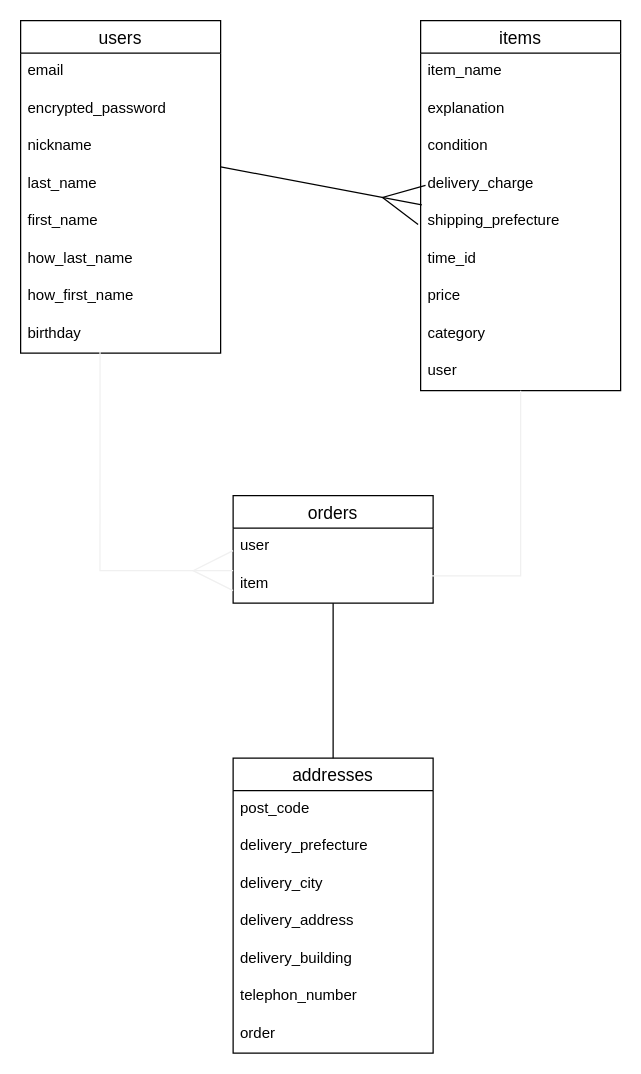
coronnoniwa/furima-38795 keeps this draw.io diagram as ER.dio. Above is the earlier version. Source tidied: cells renumbered, new cells numbered last; positions are measured from the earlier drawing's top-left corner, leaving out a move shared by most shapes. Both pictures are drawn from the tidied source at 125%, with x=0, y=0 at pixel (20, 20).
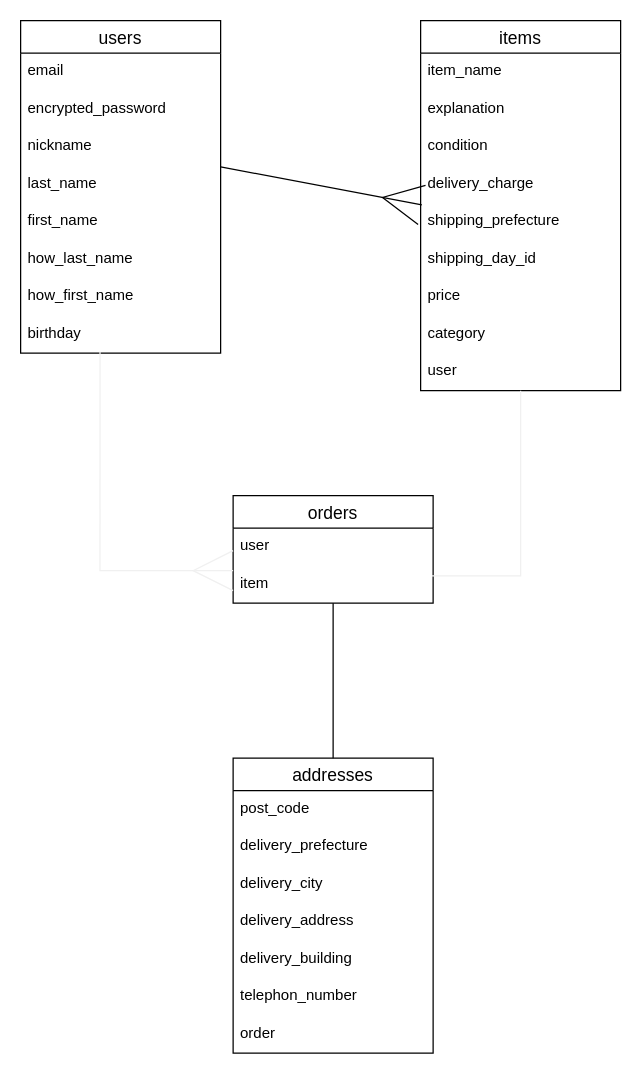
After the change.

Commit message (it also covers changes not shown here):
データベース設計修正４

Unchanged cells that the change refers to:
```xml
<mxCell id="12" value="items" style="swimlane;fontStyle=0;horizontal=1;startSize=26;align=center;fontSize=14;" parent="1" vertex="1">
  <mxGeometry x="320" width="160" height="296" as="geometry" />
</mxCell>
```

Change to the diagram source:
```diff
@@
-    <mxCell id="18" value="time_id" style="text;strokeColor=none;fillColor=none;spacingLeft=4;spacingRight=4;overflow=hidden;fontSize=12;" parent="12" vertex="1">
+    <mxCell id="18" value="shipping_day_id" style="text;strokeColor=none;fillColor=none;spacingLeft=4;spacingRight=4;overflow=hidden;fontSize=12;" parent="12" vertex="1">
       <mxGeometry y="176" width="160" height="30" as="geometry" />
     </mxCell>
```
